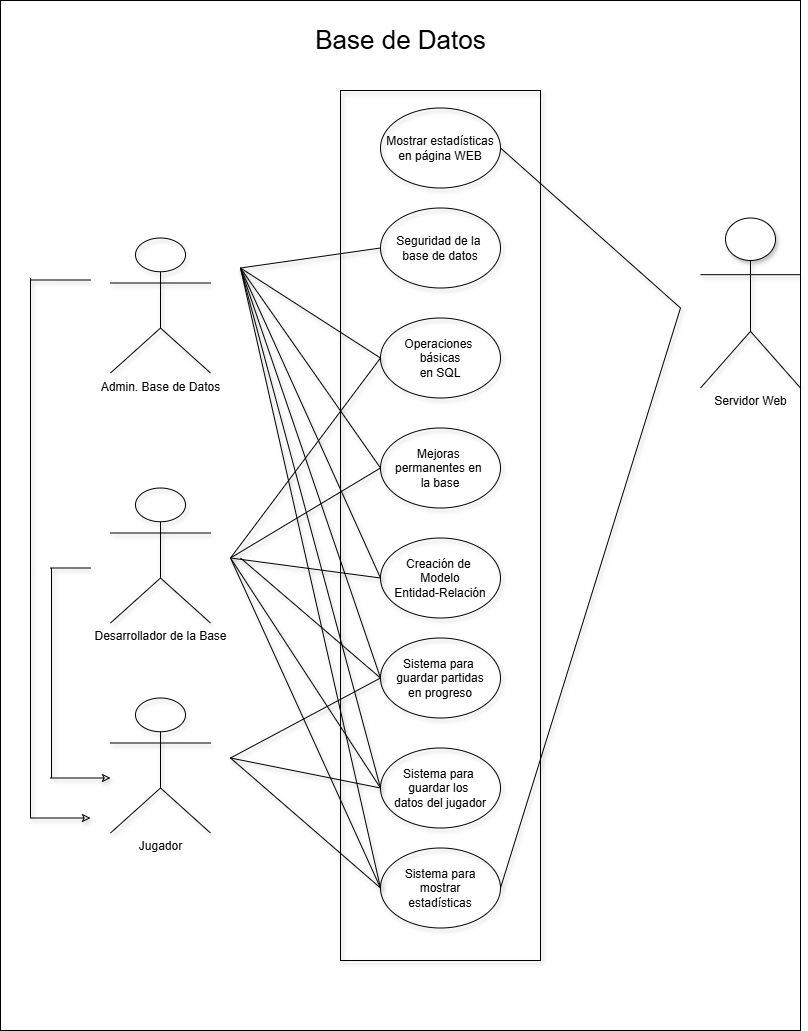
The draw.io diagram Ingenieria_de_Software/Casos_de_uso/CasosDeUsoTFH-Page-2.drawio.png in juliordzfigueroa/Reto_Videojuegos_Equipo_BitGuardians, before a commit. Source tidied: cells renumbered, new cells last; positions are measured from the earlier drawing's top-left corner, leaving out a move shared by most shapes.
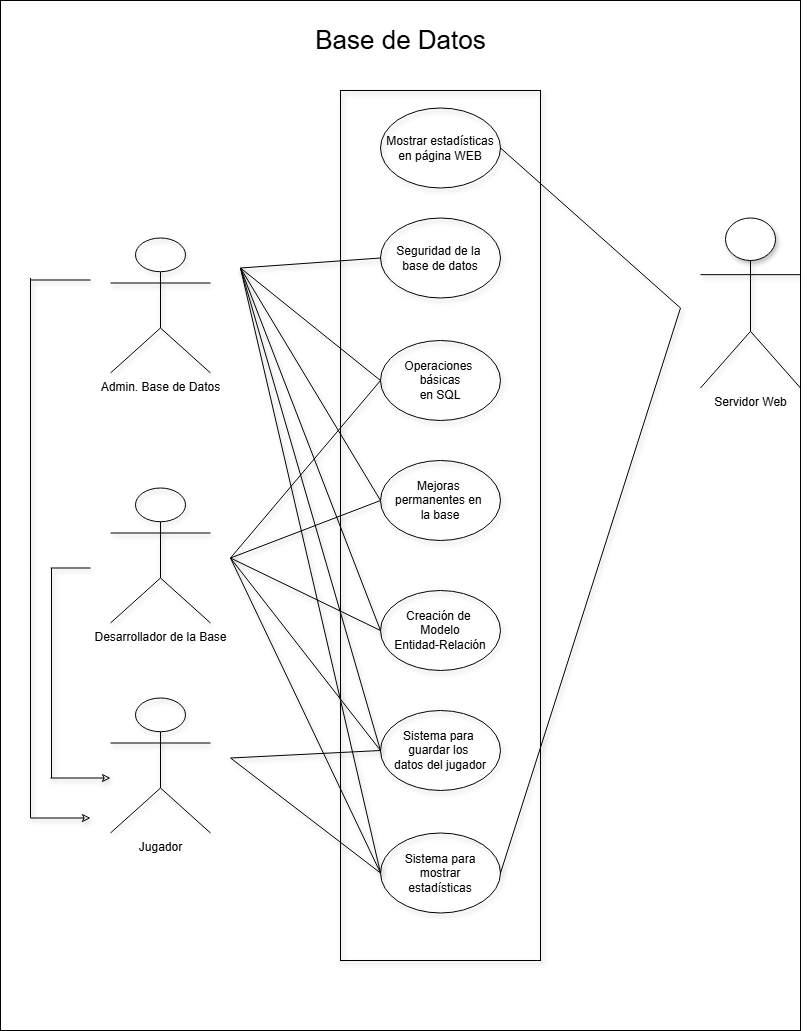
The same diagram one commit later.

Commit message:
Casos de uso corregidos

Diff of the diagram source:
```diff
@@ -15,25 +15,22 @@
       <mxGeometry x="700" y="217.5" width="100" height="170" as="geometry" />
     </mxCell>
     <mxCell id="6" value="Seguridad de la&amp;nbsp;&lt;div&gt;base de datos&lt;/div&gt;" style="ellipse;whiteSpace=wrap;html=1;shadow=1;fillOpacity=0;" parent="1" vertex="1">
-      <mxGeometry x="380" y="207.5" width="120" height="80" as="geometry" />
+      <mxGeometry x="380" y="217.5" width="120" height="80" as="geometry" />
     </mxCell>
     <mxCell id="7" value="Operaciones&amp;nbsp;&lt;div&gt;básicas&lt;div&gt;en SQL&lt;/div&gt;&lt;/div&gt;" style="ellipse;whiteSpace=wrap;html=1;shadow=1;fillOpacity=0;" parent="1" vertex="1">
-      <mxGeometry x="380" y="317.5" width="120" height="80" as="geometry" />
+      <mxGeometry x="380" y="340" width="120" height="80" as="geometry" />
     </mxCell>
     <mxCell id="8" value="Mejoras&amp;nbsp;&lt;div&gt;permanentes en&amp;nbsp;&lt;/div&gt;&lt;div&gt;la base&lt;/div&gt;" style="ellipse;whiteSpace=wrap;html=1;shadow=1;fillOpacity=0;" parent="1" vertex="1">
-      <mxGeometry x="380" y="427.5" width="120" height="80" as="geometry" />
+      <mxGeometry x="380" y="460" width="120" height="80" as="geometry" />
     </mxCell>
     <mxCell id="9" value="Creación de&amp;nbsp;&lt;div&gt;Modelo&lt;/div&gt;&lt;div&gt;Entidad-Relación&lt;/div&gt;" style="ellipse;whiteSpace=wrap;html=1;shadow=1;fillOpacity=0;" parent="1" vertex="1">
-      <mxGeometry x="380" y="537.5" width="120" height="80" as="geometry" />
+      <mxGeometry x="380" y="590" width="120" height="80" as="geometry" />
     </mxCell>
-    <mxCell id="10" value="Sistema para&amp;nbsp;&lt;div&gt;guardar partidas&lt;/div&gt;&lt;div&gt;en progreso&lt;/div&gt;" style="ellipse;whiteSpace=wrap;html=1;shadow=1;fillOpacity=0;" parent="1" vertex="1">
-      <mxGeometry x="380" y="637.5" width="120" height="80" as="geometry" />
-    </mxCell>
     <mxCell id="11" value="Sistema para&amp;nbsp;&lt;div&gt;guardar los&amp;nbsp;&lt;/div&gt;&lt;div&gt;datos del jugador&lt;/div&gt;" style="ellipse;whiteSpace=wrap;html=1;shadow=1;fillOpacity=0;" parent="1" vertex="1">
-      <mxGeometry x="380" y="747.5" width="120" height="80" as="geometry" />
+      <mxGeometry x="380" y="710" width="120" height="80" as="geometry" />
     </mxCell>
     <mxCell id="12" value="Sistema para&lt;div&gt;mostrar&lt;/div&gt;&lt;div&gt;estadísticas&lt;/div&gt;" style="ellipse;whiteSpace=wrap;html=1;shadow=1;fillOpacity=0;" parent="1" vertex="1">
-      <mxGeometry x="380" y="847.5" width="120" height="80" as="geometry" />
+      <mxGeometry x="380" y="832.5" width="120" height="80" as="geometry" />
     </mxCell>
     <mxCell id="13" value="Mostrar estadísticas&lt;div&gt;en página WEB&lt;/div&gt;" style="ellipse;whiteSpace=wrap;html=1;shadow=1;fillOpacity=0;" parent="1" vertex="1">
       <mxGeometry x="380" y="107.5" width="120" height="80" as="geometry" />
@@ -64,10 +61,9 @@
         <mxPoint x="240" y="267.5" as="sourcePoint" />
       </mxGeometry>
     </mxCell>
-    <mxCell id="20" style="endArrow=none;html=1;rounded=0;shadow=1;fillOpacity=0;" parent="1" edge="1">
+    <mxCell id="20" style="endArrow=none;html=1;rounded=0;shadow=1;fillOpacity=0;entryX=0;entryY=0.5;entryDx=0;entryDy=0;" parent="1" edge="1" target="9">
       <mxGeometry relative="1" as="geometry">
         <mxPoint x="230" y="557.5" as="sourcePoint" />
-        <mxPoint x="380" y="577.5" as="targetPoint" />
       </mxGeometry>
     </mxCell>
     <mxCell id="21" style="endArrow=none;html=1;rounded=0;entryX=0;entryY=0.5;entryDx=0;entryDy=0;shadow=1;fillOpacity=0;" parent="1" edge="1" target="8">
@@ -80,11 +76,6 @@
         <mxPoint x="230" y="557.5" as="sourcePoint" />
       </mxGeometry>
     </mxCell>
-    <mxCell id="23" style="endArrow=none;html=1;rounded=0;entryX=0;entryY=0.5;entryDx=0;entryDy=0;shadow=1;fillOpacity=0;" parent="1" edge="1" target="10">
-      <mxGeometry relative="1" as="geometry">
-        <mxPoint x="230" y="757.5" as="sourcePoint" />
-      </mxGeometry>
-    </mxCell>
     <mxCell id="24" style="endArrow=none;html=1;rounded=0;entryX=0;entryY=0.5;entryDx=0;entryDy=0;shadow=1;fillOpacity=0;" parent="1" edge="1" target="11">
       <mxGeometry relative="1" as="geometry">
         <mxPoint x="230" y="757.5" as="sourcePoint" />
@@ -147,11 +138,6 @@
         <mxPoint x="110" y="777.5" as="targetPoint" />
       </mxGeometry>
     </mxCell>
-    <mxCell id="35" style="endArrow=none;html=1;rounded=0;entryX=0;entryY=0.5;entryDx=0;entryDy=0;shadow=1;fillOpacity=0;" parent="1" edge="1" target="10">
-      <mxGeometry relative="1" as="geometry">
-        <mxPoint x="240" y="267.5" as="sourcePoint" />
-      </mxGeometry>
-    </mxCell>
     <mxCell id="36" style="endArrow=none;html=1;rounded=0;entryX=0;entryY=0.5;entryDx=0;entryDy=0;shadow=1;fillOpacity=0;" parent="1" edge="1" target="11">
       <mxGeometry relative="1" as="geometry">
         <mxPoint x="240" y="267.5" as="sourcePoint" />
@@ -162,11 +148,6 @@
         <mxPoint x="240" y="267.5" as="sourcePoint" />
       </mxGeometry>
     </mxCell>
-    <mxCell id="38" style="endArrow=none;html=1;rounded=0;entryX=0;entryY=0.5;entryDx=0;entryDy=0;shadow=1;fillOpacity=0;" parent="1" edge="1" target="10">
-      <mxGeometry relative="1" as="geometry">
-        <mxPoint x="240" y="557.5" as="sourcePoint" />
-      </mxGeometry>
-    </mxCell>
     <mxCell id="39" style="endArrow=none;html=1;rounded=0;entryX=0;entryY=0.5;entryDx=0;entryDy=0;shadow=1;fillOpacity=0;" parent="1" edge="1" target="11">
       <mxGeometry relative="1" as="geometry">
         <mxPoint x="230" y="557.5" as="sourcePoint" />
```
